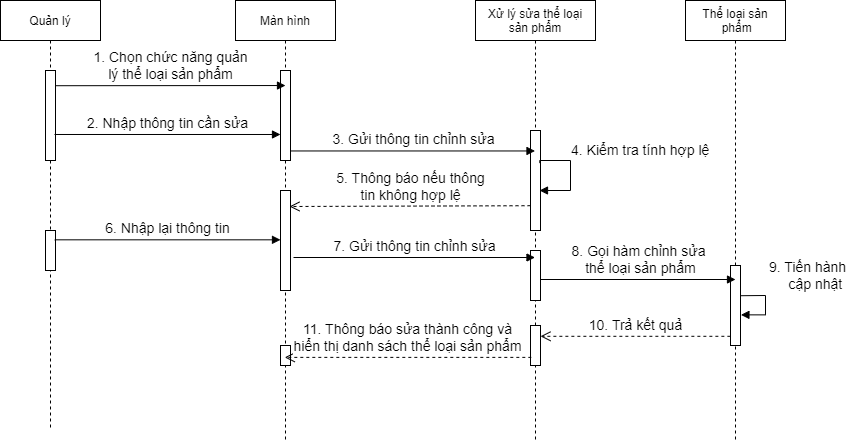
Before: Sequence_QL_Classify_+_Product/img_Sequence/Sequence_Sửa Classify.png, a diagram exported from draw.io (hungtadasuke/CoffeShop_SoftwareTechnology). Source tidied: cells renumbered, new cells last; positions are measured from the earlier drawing's top-left corner, leaving out a move shared by most shapes.
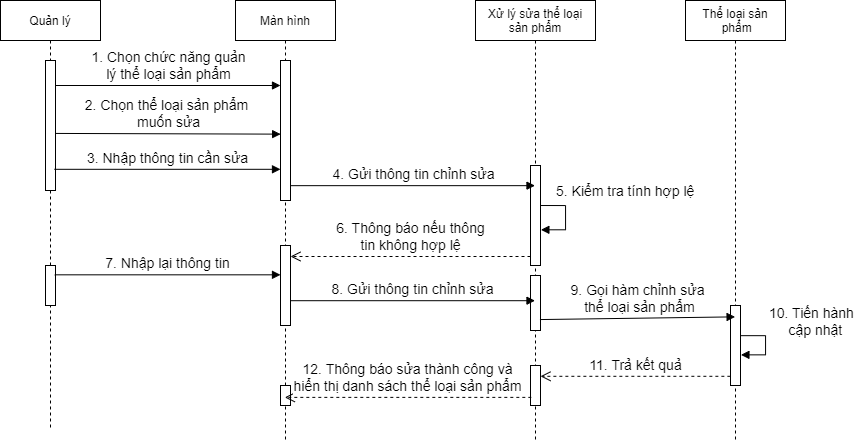
After the commit.

Commit message:
Loi fixed Sequence

The edit, as a diff of the source:
```diff
@@ -6,89 +6,91 @@
       <mxGeometry width="100" height="430" as="geometry" />
     </mxCell>
     <mxCell id="3" style="points=[];perimeter=orthogonalPerimeter;rounded=0;shadow=0;strokeWidth=1;" parent="2" vertex="1">
-      <mxGeometry x="45" y="70" width="10" height="90" as="geometry" />
+      <mxGeometry x="45" y="60" width="10" height="130" as="geometry" />
     </mxCell>
     <mxCell id="4" style="html=1;points=[];perimeter=orthogonalPerimeter;fontSize=12;" parent="2" vertex="1">
-      <mxGeometry x="45" y="230" width="10" height="40" as="geometry" />
+      <mxGeometry x="45" y="265" width="10" height="40" as="geometry" />
     </mxCell>
     <mxCell id="5" value="Màn hình" style="shape=umlLifeline;perimeter=lifelinePerimeter;rounded=0;shadow=0;strokeWidth=1;" parent="1" vertex="1">
       <mxGeometry x="235" width="100" height="440" as="geometry" />
     </mxCell>
     <mxCell id="6" style="points=[];perimeter=orthogonalPerimeter;rounded=0;shadow=0;strokeWidth=1;" parent="5" vertex="1">
-      <mxGeometry x="45" y="70" width="10" height="90" as="geometry" />
+      <mxGeometry x="45" y="60" width="10" height="140" as="geometry" />
     </mxCell>
     <mxCell id="7" style="html=1;points=[];perimeter=orthogonalPerimeter;fontSize=12;" parent="5" vertex="1">
-      <mxGeometry x="45" y="190" width="10" height="100" as="geometry" />
+      <mxGeometry x="45" y="245" width="10" height="80" as="geometry" />
     </mxCell>
     <mxCell id="8" style="html=1;perimeter=orthogonalPerimeter;fontSize=12;" parent="5" vertex="1">
-      <mxGeometry x="45" y="345" width="10" height="20" as="geometry" />
+      <mxGeometry x="45" y="385" width="10" height="20" as="geometry" />
     </mxCell>
     <mxCell id="9" value="Xử lý sửa thể loại&#10;sản phẩm" style="shape=umlLifeline;perimeter=lifelinePerimeter;rounded=0;shadow=0;strokeWidth=1;" parent="1" vertex="1">
       <mxGeometry x="475" width="120" height="440" as="geometry" />
     </mxCell>
     <mxCell id="10" style="points=[];perimeter=orthogonalPerimeter;rounded=0;shadow=0;strokeWidth=1;" parent="9" vertex="1">
-      <mxGeometry x="55" y="130" width="10" height="100" as="geometry" />
+      <mxGeometry x="55" y="165" width="10" height="100" as="geometry" />
     </mxCell>
-    <mxCell id="11" value="&lt;font style=&quot;font-size: 14px&quot;&gt;4.&amp;nbsp;Kiểm tra tính hợp lệ&lt;/font&gt;" style="edgeStyle=orthogonalEdgeStyle;html=1;align=left;spacingLeft=2;endArrow=block;rounded=0;fontSize=12;exitX=0.928;exitY=0.326;exitDx=0;exitDy=0;exitPerimeter=0;" parent="9" edge="1" source="10">
-      <mxGeometry x="-0.38" y="10" relative="1" as="geometry">
-        <mxPoint x="64" y="190" as="targetPoint" />
-        <Array as="points">
-          <mxPoint x="64" y="160" />
-          <mxPoint x="95" y="160" />
-          <mxPoint x="95" y="190" />
-        </Array>
-      </mxGeometry>
-    </mxCell>
     <mxCell id="12" style="html=1;points=[];perimeter=orthogonalPerimeter;fontSize=12;" parent="9" vertex="1">
-      <mxGeometry x="55" y="250" width="10" height="50" as="geometry" />
+      <mxGeometry x="55" y="275" width="10" height="55" as="geometry" />
     </mxCell>
     <mxCell id="13" style="html=1;points=[];perimeter=orthogonalPerimeter;fontSize=12;" parent="9" vertex="1">
-      <mxGeometry x="55" y="325" width="10" height="40" as="geometry" />
+      <mxGeometry x="55" y="365" width="10" height="40" as="geometry" />
     </mxCell>
+    <mxCell id="26" value="&lt;font style=&quot;font-size: 14px&quot;&gt;5.&amp;nbsp;Kiểm tra tính hợp lệ&lt;/font&gt;" style="edgeStyle=orthogonalEdgeStyle;html=1;align=left;spacingLeft=2;endArrow=block;rounded=0;fontSize=12;entryX=1.039;entryY=0.643;entryDx=0;entryDy=0;entryPerimeter=0;" parent="9" edge="1" target="10">
+      <mxGeometry x="-0.67" y="14" relative="1" as="geometry">
+        <mxPoint x="65" y="205" as="sourcePoint" />
+        <Array as="points">
+          <mxPoint x="66" y="205" />
+          <mxPoint x="90" y="205" />
+          <mxPoint x="90" y="229" />
+        </Array>
+      </mxGeometry>
+    </mxCell>
     <mxCell id="14" value="Thể loại sản&#10; phẩm" style="shape=umlLifeline;perimeter=lifelinePerimeter;rounded=0;shadow=0;strokeWidth=1;" parent="1" vertex="1">
       <mxGeometry x="685" width="100" height="440" as="geometry" />
     </mxCell>
-    <mxCell id="15" value="&lt;font style=&quot;font-size: 14px&quot;&gt;9.&amp;nbsp;Tiến hành&lt;br&gt;&amp;nbsp; &amp;nbsp; &amp;nbsp;cập nhật&lt;/font&gt;" style="edgeStyle=orthogonalEdgeStyle;html=1;align=left;spacingLeft=2;endArrow=block;rounded=0;fontSize=12;exitX=1.042;exitY=0.377;exitDx=0;exitDy=0;exitPerimeter=0;entryX=1.042;entryY=0.617;entryDx=0;entryDy=0;entryPerimeter=0;" parent="14" edge="1" source="16" target="16">
+    <mxCell id="15" value="&lt;font style=&quot;font-size: 14px&quot;&gt;10.&amp;nbsp;Tiến hành&lt;br&gt;&amp;nbsp; &amp;nbsp; &amp;nbsp;cập nhật&lt;/font&gt;" style="edgeStyle=orthogonalEdgeStyle;html=1;align=left;spacingLeft=2;endArrow=block;rounded=0;fontSize=12;exitX=1.042;exitY=0.377;exitDx=0;exitDy=0;exitPerimeter=0;entryX=1.042;entryY=0.617;entryDx=0;entryDy=0;entryPerimeter=0;" parent="14" edge="1" source="16" target="16">
       <mxGeometry x="-0.11" y="-20" relative="1" as="geometry">
         <Array as="points">
-          <mxPoint x="50" y="295" />
-          <mxPoint x="80" y="295" />
-          <mxPoint x="80" y="314" />
+          <mxPoint x="80" y="335" />
+          <mxPoint x="80" y="354" />
         </Array>
         <mxPoint x="20" y="-20" as="offset" />
       </mxGeometry>
     </mxCell>
     <mxCell id="16" style="html=1;points=[];perimeter=orthogonalPerimeter;fontSize=12;" parent="14" vertex="1">
-      <mxGeometry x="45" y="265" width="10" height="80" as="geometry" />
+      <mxGeometry x="45" y="305" width="10" height="80" as="geometry" />
     </mxCell>
-    <mxCell id="17" value="&lt;font style=&quot;font-size: 14px&quot;&gt;2. Nhập thông tin cần sửa&lt;/font&gt;" style="html=1;verticalAlign=bottom;endArrow=block;rounded=0;exitX=0.9;exitY=0.711;exitDx=0;exitDy=0;exitPerimeter=0;" parent="1" edge="1" source="3" target="6">
+    <mxCell id="17" value="&lt;font style=&quot;font-size: 14px&quot;&gt;3. Nhập thông tin cần sửa&lt;/font&gt;" style="html=1;verticalAlign=bottom;endArrow=block;rounded=0;exitX=0.893;exitY=0.837;exitDx=0;exitDy=0;exitPerimeter=0;" parent="1" edge="1" source="3" target="6">
       <mxGeometry relative="1" as="geometry" />
     </mxCell>
-    <mxCell id="18" value="&lt;font style=&quot;font-size: 14px&quot;&gt;3. Gửi thông tin chỉnh sửa&lt;/font&gt;" style="html=1;verticalAlign=bottom;endArrow=block;rounded=0;fontSize=12;exitX=1.031;exitY=0.894;exitDx=0;exitDy=0;exitPerimeter=0;" parent="1" edge="1" source="6" target="9">
+    <mxCell id="18" value="&lt;font style=&quot;font-size: 14px&quot;&gt;4. Gửi thông tin chỉnh sửa&lt;/font&gt;" style="html=1;verticalAlign=bottom;endArrow=block;rounded=0;fontSize=12;exitX=1.031;exitY=0.894;exitDx=0;exitDy=0;exitPerimeter=0;" parent="1" edge="1" source="6" target="9">
       <mxGeometry relative="1" as="geometry" />
     </mxCell>
-    <mxCell id="19" value="&lt;font style=&quot;font-size: 14px&quot;&gt;5.&amp;nbsp;Thông báo nếu thông&lt;br&gt;tin không hợp lệ&lt;/font&gt;" style="html=1;verticalAlign=bottom;endArrow=open;dashed=1;endSize=8;rounded=0;fontSize=12;exitX=0;exitY=0.752;exitDx=0;exitDy=0;exitPerimeter=0;entryX=0.9;entryY=0.16;entryDx=0;entryDy=0;entryPerimeter=0;" parent="1" edge="1" source="10" target="7">
+    <mxCell id="19" value="&lt;font style=&quot;font-size: 14px&quot;&gt;6.&amp;nbsp;Thông báo nếu thông&lt;br&gt;tin không hợp lệ&lt;/font&gt;" style="html=1;verticalAlign=bottom;endArrow=open;dashed=1;endSize=8;rounded=0;fontSize=12;exitX=0;exitY=0.91;exitDx=0;exitDy=0;exitPerimeter=0;" parent="1" edge="1" source="10" target="7">
       <mxGeometry relative="1" as="geometry" />
     </mxCell>
-    <mxCell id="20" value="&lt;font style=&quot;font-size: 14px&quot;&gt;6.&amp;nbsp;Nhập lại thông tin&lt;/font&gt;" style="html=1;verticalAlign=bottom;endArrow=block;rounded=0;fontSize=12;exitX=0.928;exitY=0.233;exitDx=0;exitDy=0;exitPerimeter=0;" parent="1" edge="1" source="4" target="7">
+    <mxCell id="20" value="&lt;font style=&quot;font-size: 14px&quot;&gt;7.&amp;nbsp;Nhập lại thông tin&lt;/font&gt;" style="html=1;verticalAlign=bottom;endArrow=block;rounded=0;fontSize=12;exitX=0.928;exitY=0.233;exitDx=0;exitDy=0;exitPerimeter=0;" parent="1" edge="1" source="4" target="7">
       <mxGeometry relative="1" as="geometry" />
     </mxCell>
-    <mxCell id="21" value="&lt;font style=&quot;font-size: 14px&quot;&gt;7. Gửi thông tin chỉnh sửa&lt;/font&gt;" style="html=1;verticalAlign=bottom;endArrow=block;rounded=0;fontSize=12;exitX=1.3;exitY=0.67;exitDx=0;exitDy=0;exitPerimeter=0;" parent="1" edge="1" source="7" target="9">
+    <mxCell id="21" value="&lt;font style=&quot;font-size: 14px&quot;&gt;8. Gửi thông tin chỉnh sửa&lt;/font&gt;" style="html=1;verticalAlign=bottom;endArrow=block;rounded=0;fontSize=12;exitX=1.011;exitY=0.69;exitDx=0;exitDy=0;exitPerimeter=0;" parent="1" edge="1" source="7" target="9">
       <mxGeometry relative="1" as="geometry" />
     </mxCell>
-    <mxCell id="22" value="&lt;font style=&quot;font-size: 14px&quot;&gt;8.&amp;nbsp;Gọi hàm chỉnh sửa&lt;br&gt;&amp;nbsp;thể loại sản phẩm&lt;/font&gt;" style="html=1;verticalAlign=bottom;endArrow=block;rounded=0;fontSize=12;" parent="1" edge="1" source="12">
-      <mxGeometry relative="1" as="geometry">
-        <mxPoint x="735" y="279" as="targetPoint" />
-      </mxGeometry>
+    <mxCell id="22" value="&lt;font style=&quot;font-size: 14px&quot;&gt;9.&amp;nbsp;Gọi hàm chỉnh sửa&lt;br&gt;&amp;nbsp;thể loại sản phẩm&lt;/font&gt;" style="html=1;verticalAlign=bottom;endArrow=block;rounded=0;fontSize=12;exitX=0.945;exitY=0.801;exitDx=0;exitDy=0;exitPerimeter=0;entryX=0.496;entryY=0.719;entryDx=0;entryDy=0;entryPerimeter=0;" parent="1" edge="1" source="12" target="14">
+      <mxGeometry relative="1" as="geometry" />
     </mxCell>
-    <mxCell id="23" value="&lt;font style=&quot;font-size: 14px&quot;&gt;10.&amp;nbsp;Trả kết quả&lt;/font&gt;" style="html=1;verticalAlign=bottom;endArrow=open;dashed=1;endSize=8;rounded=0;fontSize=12;exitX=-0.014;exitY=0.885;exitDx=0;exitDy=0;exitPerimeter=0;" parent="1" edge="1" source="16" target="13">
+    <mxCell id="23" value="&lt;font style=&quot;font-size: 14px&quot;&gt;11.&amp;nbsp;Trả kết quả&lt;/font&gt;" style="html=1;verticalAlign=bottom;endArrow=open;dashed=1;endSize=8;rounded=0;fontSize=12;exitX=-0.014;exitY=0.885;exitDx=0;exitDy=0;exitPerimeter=0;" parent="1" edge="1" source="16" target="13">
       <mxGeometry relative="1" as="geometry" />
     </mxCell>
-    <mxCell id="24" value="&lt;font style=&quot;font-size: 14px&quot;&gt;11.&amp;nbsp;Thông báo sửa thành công và&lt;br&gt;hiển thị danh sách thể loại sản phẩm&lt;/font&gt;" style="html=1;verticalAlign=bottom;endArrow=open;dashed=1;endSize=8;rounded=0;fontSize=12;exitX=0.081;exitY=0.797;exitDx=0;exitDy=0;exitPerimeter=0;" parent="1" edge="1" source="13" target="5">
+    <mxCell id="24" value="&lt;font style=&quot;font-size: 14px&quot;&gt;12.&amp;nbsp;Thông báo sửa thành công và&lt;br&gt;hiển thị danh sách thể loại sản phẩm&lt;/font&gt;" style="html=1;verticalAlign=bottom;endArrow=open;dashed=1;endSize=8;rounded=0;fontSize=12;exitX=0.081;exitY=0.797;exitDx=0;exitDy=0;exitPerimeter=0;" parent="1" edge="1" source="13" target="5">
       <mxGeometry relative="1" as="geometry" />
     </mxCell>
-    <mxCell id="25" value="&lt;font style=&quot;font-size: 14px&quot;&gt;1. Chọn chức năng quản&lt;br&gt;lý thể loại sản phẩm&lt;/font&gt;" style="html=1;verticalAlign=bottom;endArrow=block;rounded=0;fontSize=12;entryX=0.5;entryY=0.167;entryDx=0;entryDy=0;entryPerimeter=0;exitX=1;exitY=0.169;exitDx=0;exitDy=0;exitPerimeter=0;" parent="1" edge="1" source="3" target="6">
-      <mxGeometry relative="1" as="geometry" />
+    <mxCell id="25" value="&lt;font style=&quot;font-size: 14px&quot;&gt;1. Chọn chức năng quản&lt;br&gt;lý thể loại sản phẩm&lt;/font&gt;" style="html=1;verticalAlign=bottom;endArrow=block;rounded=0;fontSize=12;" parent="1" edge="1" target="6">
+      <mxGeometry relative="1" as="geometry">
+        <mxPoint x="55" y="85" as="sourcePoint" />
+      </mxGeometry>
     </mxCell>
+    <mxCell id="27" value="&lt;font style=&quot;font-size: 14px&quot;&gt;2. Chọn thể loại sản phẩm &lt;br&gt;muốn sửa&lt;/font&gt;" style="html=1;verticalAlign=bottom;endArrow=block;rounded=0;fontSize=12;entryX=0.014;entryY=0.526;entryDx=0;entryDy=0;entryPerimeter=0;exitX=0.962;exitY=0.561;exitDx=0;exitDy=0;exitPerimeter=0;" parent="1" edge="1" source="3" target="6">
+      <mxGeometry relative="1" as="geometry" />
+    </mxCell>
   </root>
 </mxGraphModel>
```
